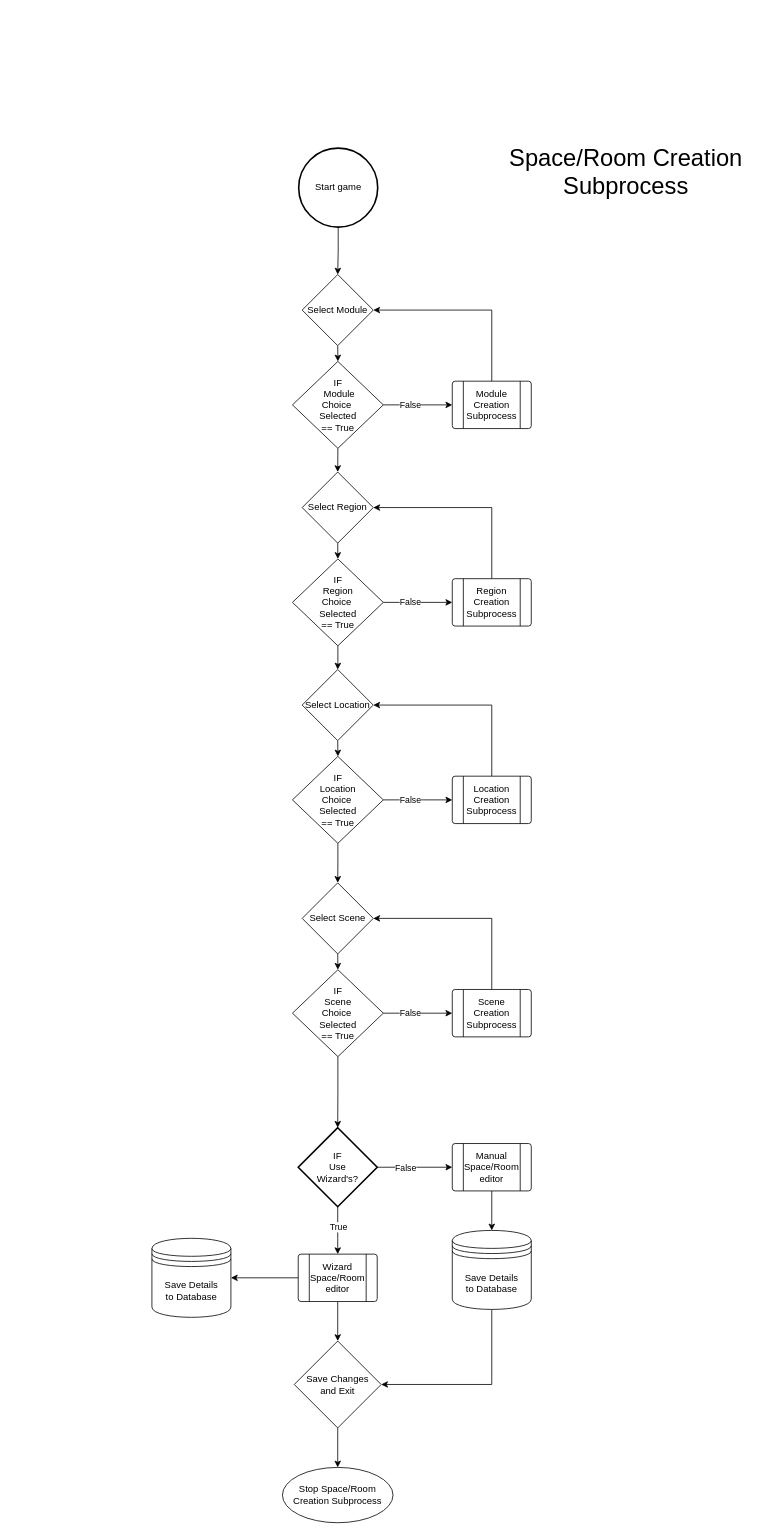
RPG-Research/bcirpg keeps this draw.io diagram as Phase2/Flowcharts/modgodToolset/ModGod/Creation/Space_Room/ModGodSpaceRoomCreation.drawio. Above is the earlier version. Source tidied: cells renumbered, new cells numbered last; positions are measured from the earlier drawing's top-left corner, leaving out a move shared by most shapes. Both pictures are drawn from the tidied source at 79%, with x=0, y=0 at pixel (152, 148).
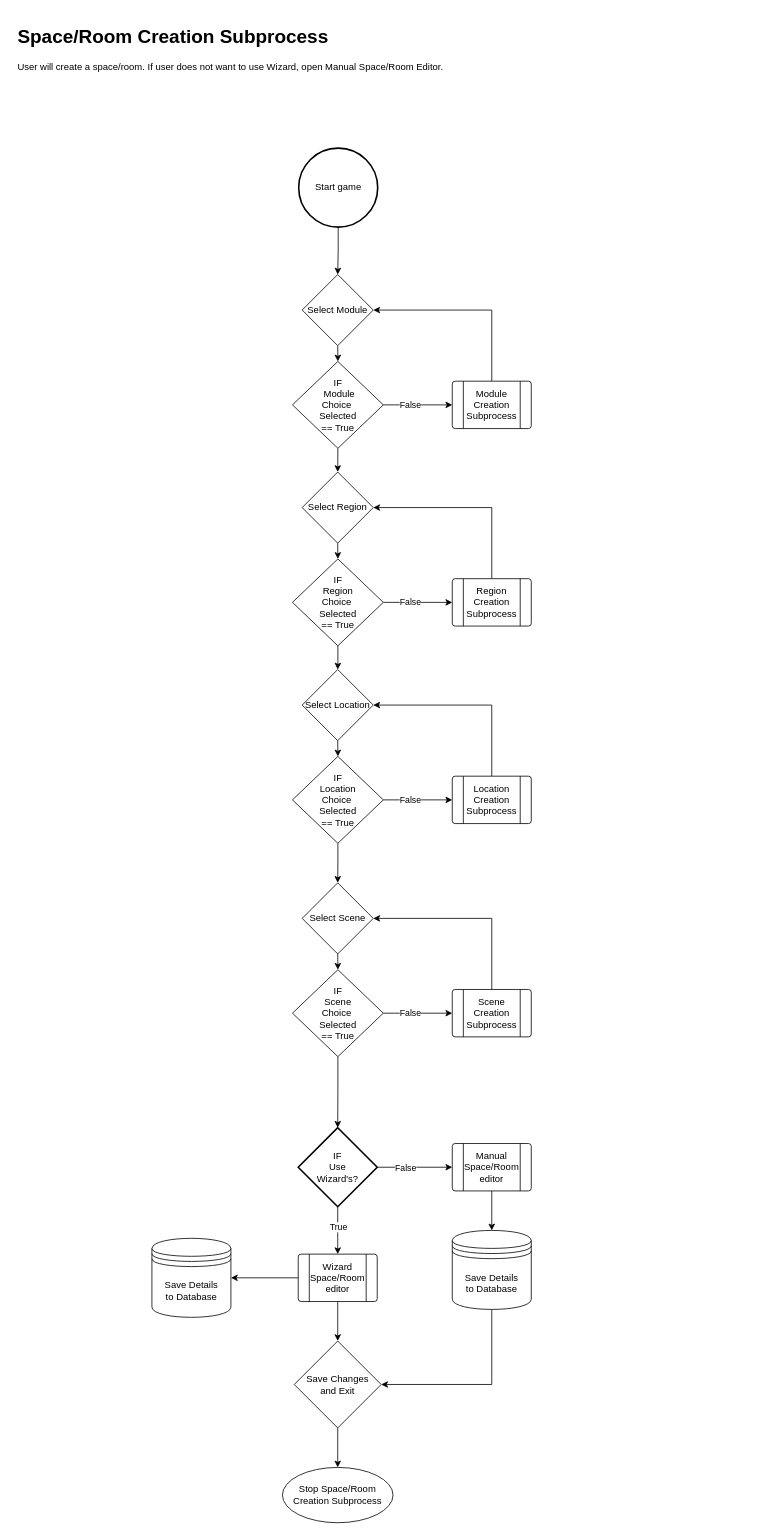
Above is the later version.

The edit, as a diff of the source:
```diff
@@
-    <mxCell id="36" value="&lt;font style=&quot;font-size: 30px;&quot;&gt;Space/Room Creation&lt;br&gt;Subprocess&lt;/font&gt;" style="text;html=1;strokeColor=none;fillColor=none;align=center;verticalAlign=middle;whiteSpace=wrap;rounded=0;" parent="1" vertex="1">
-      <mxGeometry x="440" y="10" width="320" height="40" as="geometry" />
-    </mxCell>
@@
+    <mxCell id="53" value="&lt;h1&gt;Space/Room Creation Subprocess&lt;/h1&gt;&lt;p&gt;User will create a space/room. If user does not want to use Wizard, open Manual Space/Room Editor.&lt;/p&gt;" style="text;html=1;strokeColor=none;fillColor=none;spacing=5;spacingTop=-20;whiteSpace=wrap;overflow=hidden;rounded=0;" parent="1" vertex="1">
+      <mxGeometry x="-175.2" y="-160" width="830" height="120" as="geometry" />
+    </mxCell>
```
